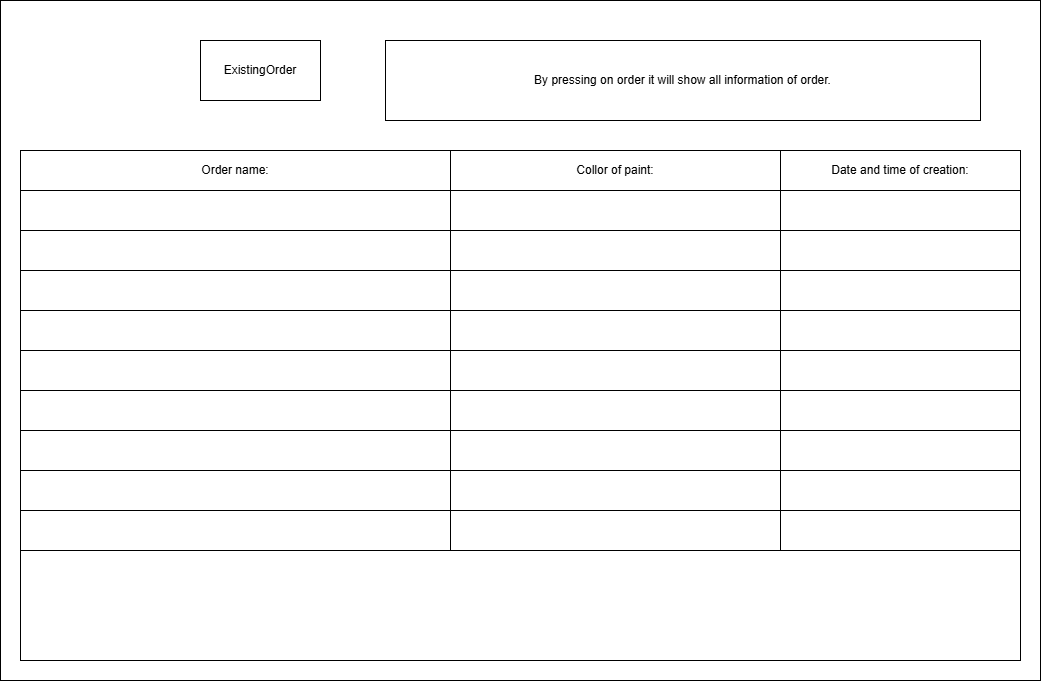
This is ExistingOrder.png from EdvinasAntanaitis/BaigiamasisDarbas, a draw.io export, as it was before one commit. Source tidied: cells renumbered, new cells last; positions are measured from the earlier drawing's top-left corner, leaving out a move shared by most shapes.
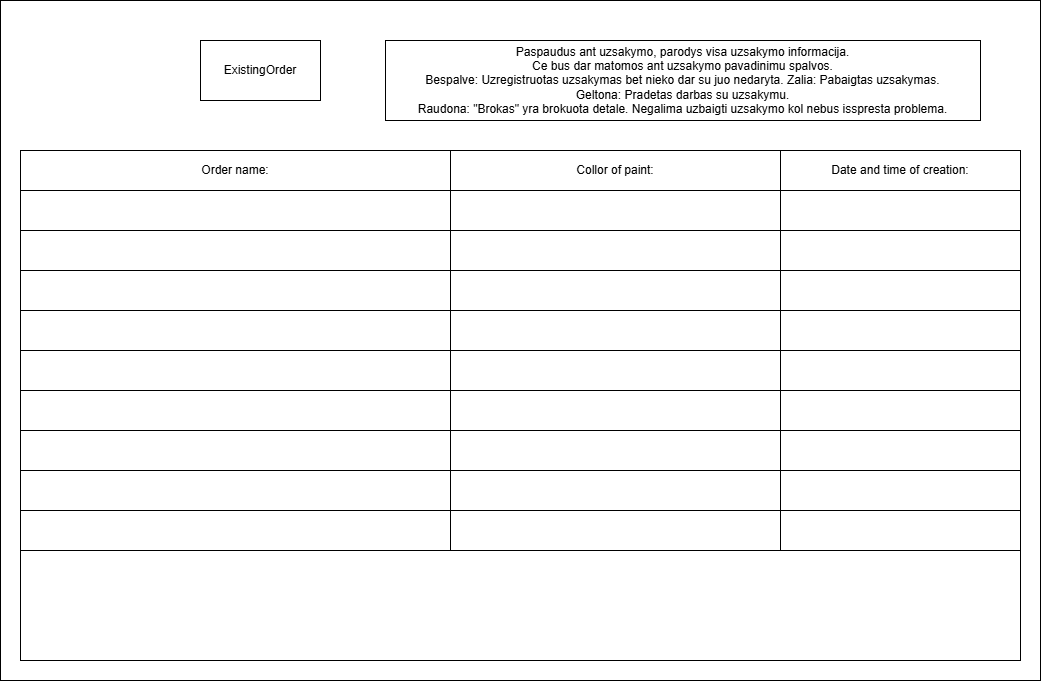
After the commit.

What changed in the source:
```diff
@@ -101,7 +101,7 @@
     <mxCell id="34" style="rounded=0;whiteSpace=wrap;html=1;" parent="1" vertex="1">
       <mxGeometry x="780" y="510" width="240" height="40" as="geometry" />
     </mxCell>
-    <mxCell id="35" value="By pressing on order it will show all information of order." style="rounded=0;whiteSpace=wrap;html=1;" parent="1" vertex="1">
+    <mxCell id="35" value="Paspaudus ant uzsakymo, parodys visa uzsakymo informacija.&lt;div&gt;Ce bus dar matomos ant uzsakymo pavadinimu spalvos.&lt;/div&gt;&lt;div&gt;Bespalve: Uzregistruotas uzsakymas bet nieko dar su juo nedaryta. Zalia: Pabaigtas uzsakymas.&lt;/div&gt;&lt;div&gt;Geltona: Pradetas darbas su uzsakymu.&lt;/div&gt;&lt;div&gt;Raudona: &quot;Brokas&quot; yra brokuota detale. Negalima uzbaigti uzsakymo kol nebus isspresta problema.&lt;/div&gt;" style="rounded=0;whiteSpace=wrap;html=1;" parent="1" vertex="1">
       <mxGeometry x="385" y="40" width="595" height="80" as="geometry" />
     </mxCell>
   </root>
```
